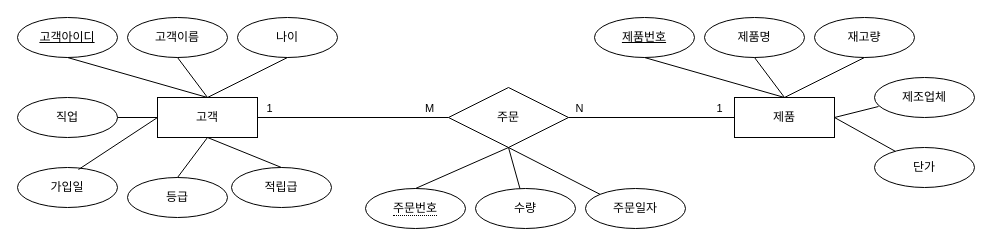
Earlier version of the draw.io diagram page "페이지-2" (2 of 2) of 제목 없는 다이어그램.drawio (bitcocom/databig). Source tidied: cells renumbered, new cells numbered last; positions are measured from the earlier drawing's top-left corner, leaving out a move shared by most shapes. Both pictures are drawn from the tidied source at 100%, with x=0, y=0 at pixel (17, 17).
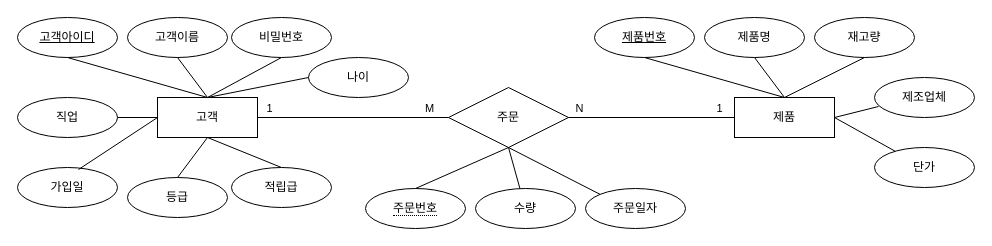
The same diagram, later.

Commit message:
제목 없는 다이어그램.drawio 업데이트

Unchanged cells that the change refers to:
```xml
<mxCell id="2" value="고객" style="whiteSpace=wrap;html=1;align=center;" parent="1" vertex="1">
  <mxGeometry x="140" y="80" width="100" height="40" as="geometry" />
</mxCell>
```

The edit, as a diff of the source:
```diff
@@
     <mxCell id="5" value="나이" style="ellipse;whiteSpace=wrap;html=1;align=center;" parent="1" vertex="1">
-      <mxGeometry x="220" width="100" height="40" as="geometry" />
+      <mxGeometry x="291" y="40" width="100" height="40" as="geometry" />
     </mxCell>
@@
-    <mxCell id="11" style="endArrow=none;html=1;rounded=0;exitX=0.5;exitY=1;exitDx=0;exitDy=0;entryX=0.5;entryY=0;entryDx=0;entryDy=0;" parent="1" edge="1" source="5" target="2">
+    <mxCell id="11" style="endArrow=none;html=1;rounded=0;exitX=0;exitY=0.5;exitDx=0;exitDy=0;entryX=0.5;entryY=0;entryDx=0;entryDy=0;" parent="1" edge="1" source="5" target="2">
       <mxGeometry relative="1" as="geometry" />
     </mxCell>
@@
+    <mxCell id="41" value="비밀번호" style="ellipse;whiteSpace=wrap;html=1;align=center;" parent="1" vertex="1">
+      <mxGeometry x="214" width="100" height="40" as="geometry" />
+    </mxCell>
+    <mxCell id="42" style="endArrow=none;html=1;rounded=0;exitX=0.5;exitY=1;exitDx=0;exitDy=0;entryX=0.5;entryY=0;entryDx=0;entryDy=0;" parent="1" edge="1" source="41" target="2">
+      <mxGeometry relative="1" as="geometry" />
+    </mxCell>
```
